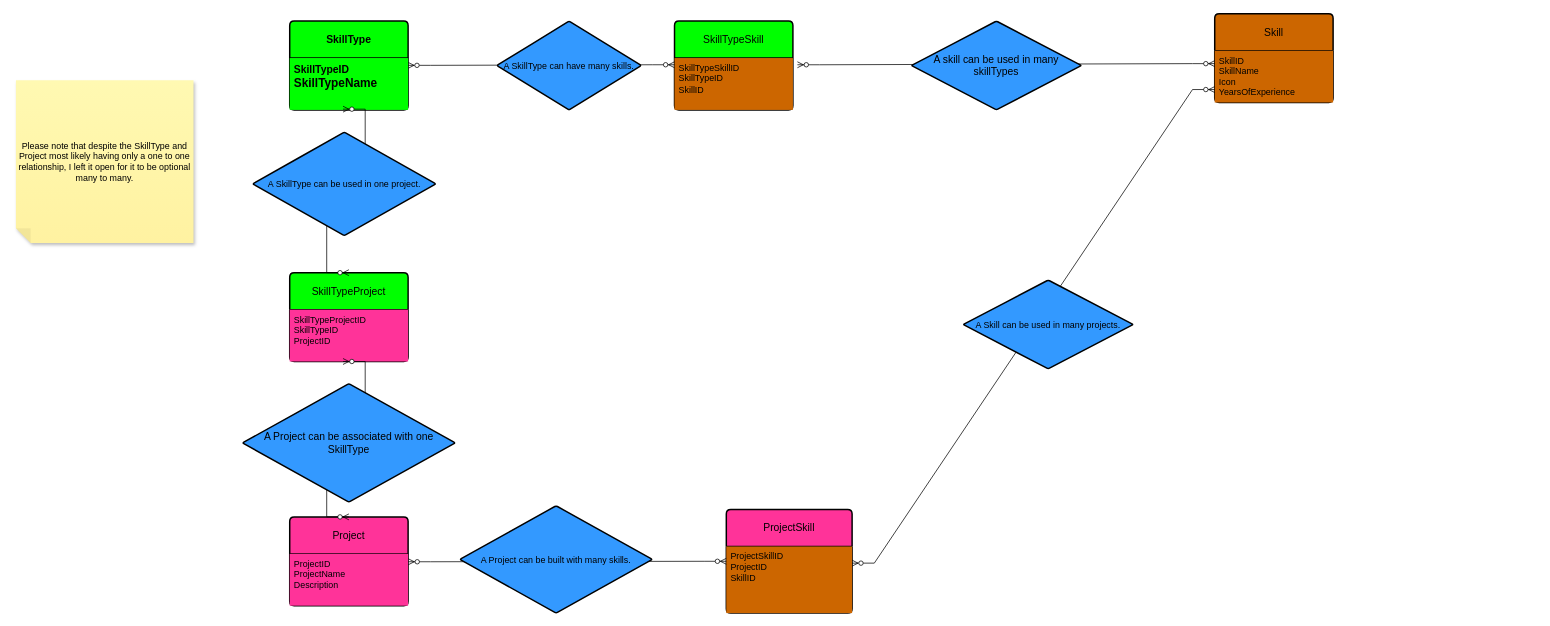
The draw.io diagram ERDiagram-Skillspage.drawio in pau85/drawIoDatabaseDiagram, before the edit. Source tidied: cells renumbered, new cells numbered last; positions are measured from the earlier drawing's top-left corner, leaving out a move shared by most shapes. Both pictures are drawn from the tidied source at 74%, with x=0, y=0 at pixel (-129, 13).
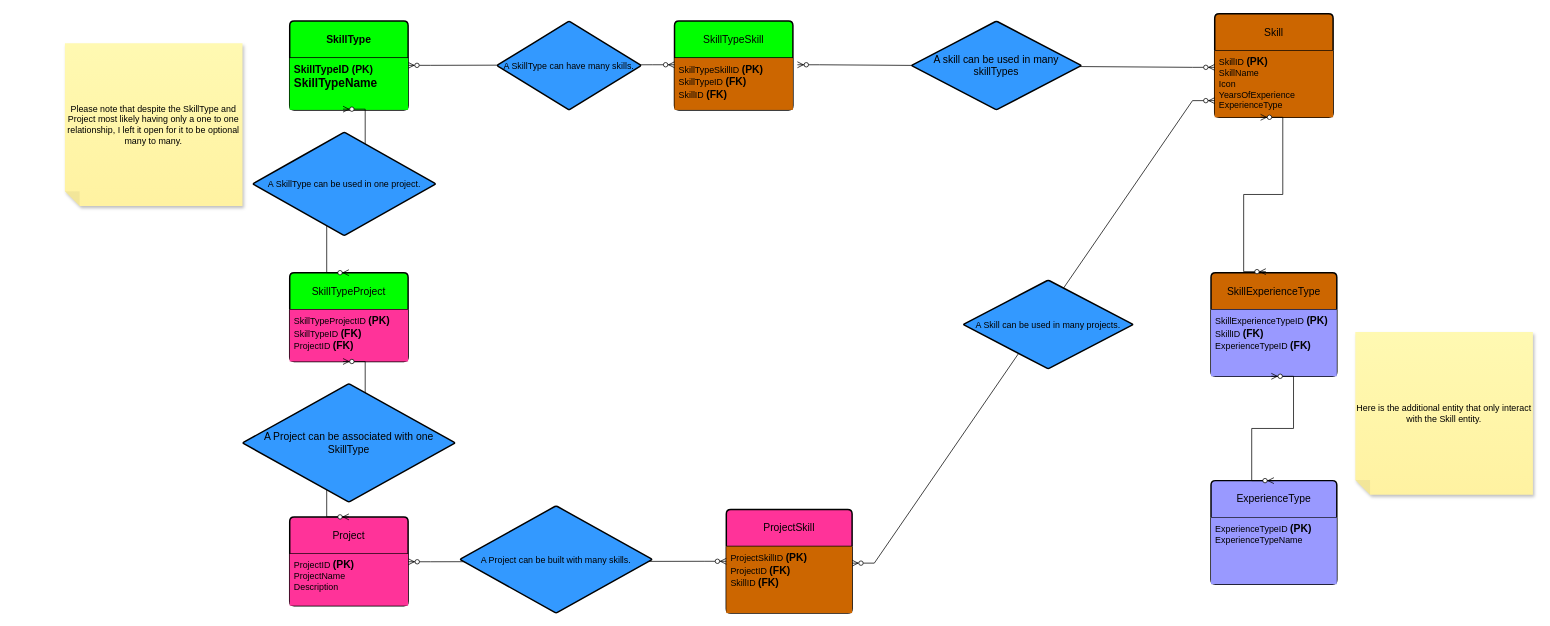
The same page after the edit.

Unchanged cells that the change refers to:
```xml
<mxCell id="4" value="ProjectSkill" style="swimlane;horizontal=1;startSize=50;rounded=1;fontSize=14;fontStyle=0;strokeWidth=2;shadow=0;dashed=0;align=center;arcSize=4;whiteSpace=wrap;html=1;fillColor=#FF3399;" parent="1" vertex="1">
  <mxGeometry x="1155" y="670" width="170" height="140" as="geometry" />
</mxCell>
<mxCell id="7" value="Project" style="swimlane;horizontal=1;startSize=50;rounded=1;fontSize=14;fontStyle=0;strokeWidth=2;shadow=0;dashed=0;align=center;arcSize=4;whiteSpace=wrap;html=1;fillColor=#FF3399;" parent="1" vertex="1">
  <mxGeometry x="565" y="680" width="160" height="120" as="geometry" />
</mxCell>
<mxCell id="9" value="SkillTypeSkill" style="swimlane;horizontal=1;startSize=50;rounded=1;fontSize=14;fontStyle=0;strokeWidth=2;shadow=0;dashed=0;align=center;arcSize=4;whiteSpace=wrap;html=1;fillColor=#00FF00;" parent="1" vertex="1">
  <mxGeometry x="1085" y="10" width="160" height="120" as="geometry" />
</mxCell>
<mxCell id="12" value="&lt;b&gt;&lt;font style=&quot;font-size: 14px;&quot;&gt;SkillType&lt;/font&gt;&lt;/b&gt;" style="swimlane;horizontal=1;startSize=50;rounded=1;fontSize=14;fontStyle=0;strokeWidth=2;shadow=0;dashed=0;align=center;arcSize=4;whiteSpace=wrap;html=1;fillColor=#00FF00;" parent="1" vertex="1">
  <mxGeometry x="565" y="10" width="160" height="120" as="geometry" />
</mxCell>
<mxCell id="16" value="SkillTypeProject" style="swimlane;horizontal=1;startSize=50;rounded=1;fontSize=14;fontStyle=0;strokeWidth=2;shadow=0;dashed=0;align=center;arcSize=4;whiteSpace=wrap;html=1;fillColor=#00FF00;" parent="1" vertex="1">
  <mxGeometry x="565" y="350" width="160" height="120" as="geometry" />
</mxCell>
```

Change to the diagram source:
```diff
@@
     <mxCell id="2" value="Skill" style="swimlane;horizontal=1;startSize=50;rounded=1;fontSize=14;fontStyle=0;strokeWidth=2;shadow=0;dashed=0;align=center;arcSize=4;whiteSpace=wrap;html=1;fillColor=#CC6600;" parent="1" vertex="1">
-      <mxGeometry x="1815" width="160" height="120" as="geometry" />
+      <mxGeometry x="1815" width="160" height="140" as="geometry" />
     </mxCell>
-    <mxCell id="3" value="SkillID&lt;div&gt;SkillName&lt;/div&gt;&lt;div&gt;Icon&lt;/div&gt;&lt;div&gt;YearsOfExperience&lt;/div&gt;" style="align=left;strokeColor=none;fillColor=#CC6600;spacingLeft=4;fontSize=12;verticalAlign=top;html=1;" parent="2" vertex="1">
-      <mxGeometry y="50" width="160" height="70" as="geometry" />
+    <mxCell id="3" value="SkillID&amp;nbsp;&lt;b&gt;&lt;font style=&quot;font-size: 14px;&quot;&gt;(PK)&lt;/font&gt;&lt;/b&gt;&lt;div&gt;SkillName&lt;/div&gt;&lt;div&gt;Icon&lt;/div&gt;&lt;div&gt;YearsOfExperience&lt;/div&gt;&lt;div&gt;ExperienceType&lt;/div&gt;" style="align=left;strokeColor=none;fillColor=#CC6600;spacingLeft=4;fontSize=12;verticalAlign=top;html=1;" parent="2" vertex="1">
+      <mxGeometry y="50" width="160" height="90" as="geometry" />
     </mxCell>
@@
-    <mxCell id="5" value="ProjectSkillID&lt;div&gt;ProjectID&lt;/div&gt;&lt;div&gt;SkillID&lt;/div&gt;" style="align=left;strokeColor=none;fillColor=#CC6600;spacingLeft=4;fontSize=12;verticalAlign=top;html=1;" parent="4" vertex="1">
+    <mxCell id="5" value="ProjectSkillID&amp;nbsp;&lt;b&gt;&lt;font style=&quot;font-size: 14px;&quot;&gt;(PK)&lt;/font&gt;&lt;/b&gt;&lt;div&gt;ProjectID&amp;nbsp;&lt;b style=&quot;background-color: initial;&quot;&gt;&lt;font style=&quot;font-size: 14px;&quot;&gt;(FK)&lt;/font&gt;&lt;/b&gt;&lt;/div&gt;&lt;div&gt;SkillID&amp;nbsp;&lt;b style=&quot;background-color: initial;&quot;&gt;&lt;font style=&quot;font-size: 14px;&quot;&gt;(FK)&lt;/font&gt;&lt;/b&gt;&lt;/div&gt;" style="align=left;strokeColor=none;fillColor=#CC6600;spacingLeft=4;fontSize=12;verticalAlign=top;html=1;" parent="4" vertex="1">
       <mxGeometry y="50" width="170" height="90" as="geometry" />
     </mxCell>
@@
-    <mxCell id="8" value="ProjectID&lt;div&gt;ProjectName&lt;/div&gt;&lt;div&gt;Description&lt;/div&gt;&lt;div&gt;&lt;br&gt;&lt;/div&gt;" style="align=left;strokeColor=none;fillColor=#FF3399;spacingLeft=4;fontSize=12;verticalAlign=top;html=1;" parent="7" vertex="1">
+    <mxCell id="8" value="ProjectID&amp;nbsp;&lt;b&gt;&lt;font style=&quot;font-size: 14px;&quot;&gt;(PK)&lt;/font&gt;&lt;/b&gt;&lt;div&gt;ProjectName&lt;/div&gt;&lt;div&gt;Description&lt;/div&gt;&lt;div&gt;&lt;br&gt;&lt;/div&gt;" style="align=left;strokeColor=none;fillColor=#FF3399;spacingLeft=4;fontSize=12;verticalAlign=top;html=1;" parent="7" vertex="1">
       <mxGeometry y="50" width="160" height="70" as="geometry" />
     </mxCell>
@@
-    <mxCell id="10" value="SkillTypeSkillID&lt;div&gt;SkillTypeID&lt;/div&gt;&lt;div&gt;SkillID&lt;/div&gt;" style="align=left;strokeColor=none;fillColor=#CC6600;spacingLeft=4;fontSize=12;verticalAlign=top;html=1;" parent="9" vertex="1">
+    <mxCell id="10" value="SkillTypeSkillID&amp;nbsp;&lt;b&gt;&lt;font style=&quot;font-size: 14px;&quot;&gt;(PK)&lt;/font&gt;&lt;/b&gt;&lt;div&gt;SkillTypeID&amp;nbsp;&lt;b style=&quot;background-color: initial;&quot;&gt;&lt;font style=&quot;font-size: 14px;&quot;&gt;(FK)&lt;/font&gt;&lt;/b&gt;&lt;/div&gt;&lt;div&gt;SkillID&amp;nbsp;&lt;b style=&quot;background-color: initial;&quot;&gt;&lt;font style=&quot;font-size: 14px;&quot;&gt;(FK)&lt;/font&gt;&lt;/b&gt;&lt;/div&gt;" style="align=left;strokeColor=none;fillColor=#CC6600;spacingLeft=4;fontSize=12;verticalAlign=top;html=1;" parent="9" vertex="1">
       <mxGeometry y="50" width="160" height="70" as="geometry" />
     </mxCell>
@@
-    <mxCell id="13" value="&lt;b&gt;&lt;font style=&quot;font-size: 14px;&quot;&gt;SkillTypeID&lt;/font&gt;&lt;/b&gt;&lt;div&gt;&lt;b&gt;&lt;font size=&quot;3&quot;&gt;SkillTypeName&lt;/font&gt;&lt;/b&gt;&lt;/div&gt;" style="align=left;strokeColor=none;fillColor=#00FF00;spacingLeft=4;fontSize=12;verticalAlign=top;html=1;" parent="12" vertex="1">
+    <mxCell id="13" value="&lt;b&gt;&lt;font style=&quot;font-size: 14px;&quot;&gt;SkillTypeID (PK)&lt;/font&gt;&lt;/b&gt;&lt;div&gt;&lt;b&gt;&lt;font size=&quot;3&quot;&gt;SkillTypeName&lt;/font&gt;&lt;/b&gt;&lt;/div&gt;" style="align=left;strokeColor=none;fillColor=#00FF00;spacingLeft=4;fontSize=12;verticalAlign=top;html=1;" parent="12" vertex="1">
       <mxGeometry y="50" width="160" height="70" as="geometry" />
     </mxCell>
@@
-    <mxCell id="17" value="SkillTypeProjectID&lt;div&gt;SkillTypeID&lt;/div&gt;&lt;div&gt;ProjectID&lt;/div&gt;" style="align=left;strokeColor=none;fillColor=#FF3399;spacingLeft=4;fontSize=12;verticalAlign=top;html=1;" parent="16" vertex="1">
+    <mxCell id="17" value="SkillTypeProjectID&amp;nbsp;&lt;b&gt;&lt;font style=&quot;font-size: 14px;&quot;&gt;(PK)&lt;/font&gt;&lt;/b&gt;&lt;div&gt;SkillTypeID&amp;nbsp;&lt;b style=&quot;background-color: initial;&quot;&gt;&lt;font style=&quot;font-size: 14px;&quot;&gt;(FK)&lt;/font&gt;&lt;/b&gt;&lt;/div&gt;&lt;div&gt;ProjectID&amp;nbsp;&lt;b style=&quot;background-color: initial;&quot;&gt;&lt;font style=&quot;font-size: 14px;&quot;&gt;(FK)&lt;/font&gt;&lt;/b&gt;&lt;/div&gt;" style="align=left;strokeColor=none;fillColor=#FF3399;spacingLeft=4;fontSize=12;verticalAlign=top;html=1;" parent="16" vertex="1">
       <mxGeometry y="50" width="160" height="70" as="geometry" />
     </mxCell>
@@
     <mxCell id="26" value="Please note that despite the SkillType and Project most likely having only a one to one relationship, I left it open for it to be optional many to many." style="shape=note;whiteSpace=wrap;html=1;backgroundOutline=1;fontColor=#000000;darkOpacity=0.05;fillColor=#FFF9B2;strokeColor=none;fillStyle=solid;direction=west;gradientDirection=north;gradientColor=#FFF2A1;shadow=1;size=20;" parent="1" vertex="1">
-      <mxGeometry x="195" y="90" width="240" height="220" as="geometry" />
+      <mxGeometry x="261.2" y="40" width="240" height="220" as="geometry" />
     </mxCell>
+    <mxCell id="27" value="SkillExperienceType" style="swimlane;horizontal=1;startSize=50;rounded=1;fontSize=14;fontStyle=0;strokeWidth=2;shadow=0;dashed=0;align=center;arcSize=4;whiteSpace=wrap;html=1;fillColor=#CC6600;" parent="1" vertex="1">
+      <mxGeometry x="1810" y="350" width="170" height="140" as="geometry" />
+    </mxCell>
+    <mxCell id="28" value="SkillExperienceTypeID&amp;nbsp;&lt;b&gt;&lt;font style=&quot;font-size: 14px;&quot;&gt;(PK)&lt;/font&gt;&lt;/b&gt;&lt;div&gt;SkillID&amp;nbsp;&lt;b style=&quot;background-color: initial;&quot;&gt;&lt;font style=&quot;font-size: 14px;&quot;&gt;(FK)&lt;/font&gt;&lt;/b&gt;&lt;/div&gt;&lt;div&gt;ExperienceTypeID&amp;nbsp;&lt;b style=&quot;background-color: initial;&quot;&gt;&lt;font style=&quot;font-size: 14px;&quot;&gt;(FK)&lt;/font&gt;&lt;/b&gt;&lt;br&gt;&lt;div&gt;&lt;br&gt;&lt;/div&gt;&lt;/div&gt;" style="align=left;strokeColor=none;fillColor=#9999FF;spacingLeft=4;fontSize=12;verticalAlign=top;html=1;" parent="27" vertex="1">
+      <mxGeometry y="50" width="170" height="90" as="geometry" />
+    </mxCell>
+    <mxCell id="29" value="ExperienceType" style="swimlane;horizontal=1;startSize=50;rounded=1;fontSize=14;fontStyle=0;strokeWidth=2;shadow=0;dashed=0;align=center;arcSize=4;whiteSpace=wrap;html=1;fillColor=#9999FF;" parent="1" vertex="1">
+      <mxGeometry x="1810" y="631" width="170" height="140" as="geometry" />
+    </mxCell>
+    <mxCell id="30" value="&lt;div&gt;&lt;div&gt;ExperienceTypeID&amp;nbsp;&lt;b style=&quot;background-color: initial;&quot;&gt;&lt;font style=&quot;font-size: 14px;&quot;&gt;(PK)&lt;/font&gt;&lt;/b&gt;&lt;/div&gt;&lt;/div&gt;&lt;div&gt;ExperienceTypeName&lt;/div&gt;" style="align=left;strokeColor=none;fillColor=#9999FF;spacingLeft=4;fontSize=12;verticalAlign=top;html=1;" parent="29" vertex="1">
+      <mxGeometry y="50" width="170" height="90" as="geometry" />
+    </mxCell>
+    <mxCell id="31" style="edgeStyle=entityRelationEdgeStyle;fontSize=12;html=1;endArrow=ERzeroToMany;endFill=1;startArrow=ERzeroToMany;rounded=0;exitX=0.45;exitY=0.986;exitDx=0;exitDy=0;exitPerimeter=0;entryX=0.436;entryY=-0.01;entryDx=0;entryDy=0;entryPerimeter=0;" parent="1" edge="1" target="27">
+      <mxGeometry relative="1" as="geometry">
+        <mxPoint x="1877" y="140" as="sourcePoint" />
+        <Array as="points">
+          <mxPoint x="1360" y="720.8" />
+          <mxPoint x="1885" y="290" />
+          <mxPoint x="1925" y="290" />
+        </Array>
+      </mxGeometry>
+    </mxCell>
+    <mxCell id="32" style="edgeStyle=entityRelationEdgeStyle;fontSize=12;html=1;endArrow=ERzeroToMany;endFill=1;startArrow=ERzeroToMany;rounded=0;exitX=0.45;exitY=0.986;exitDx=0;exitDy=0;exitPerimeter=0;entryX=0.5;entryY=0;entryDx=0;entryDy=0;" parent="1" edge="1" target="29">
+      <mxGeometry relative="1" as="geometry">
+        <mxPoint x="1891.5" y="490" as="sourcePoint" />
+        <Array as="points">
+          <mxPoint x="1374.5" y="1070.8" />
+          <mxPoint x="1899.5" y="640" />
+          <mxPoint x="1939.5" y="640" />
+        </Array>
+      </mxGeometry>
+    </mxCell>
+    <mxCell id="33" value="Here is the additional entity that only interact with the Skill entity." style="shape=note;whiteSpace=wrap;html=1;backgroundOutline=1;fontColor=#000000;darkOpacity=0.05;fillColor=#FFF9B2;strokeColor=none;fillStyle=solid;direction=west;gradientDirection=north;gradientColor=#FFF2A1;shadow=1;size=20;" parent="1" vertex="1">
+      <mxGeometry x="2005" y="430" width="240" height="220" as="geometry" />
+    </mxCell>
```
